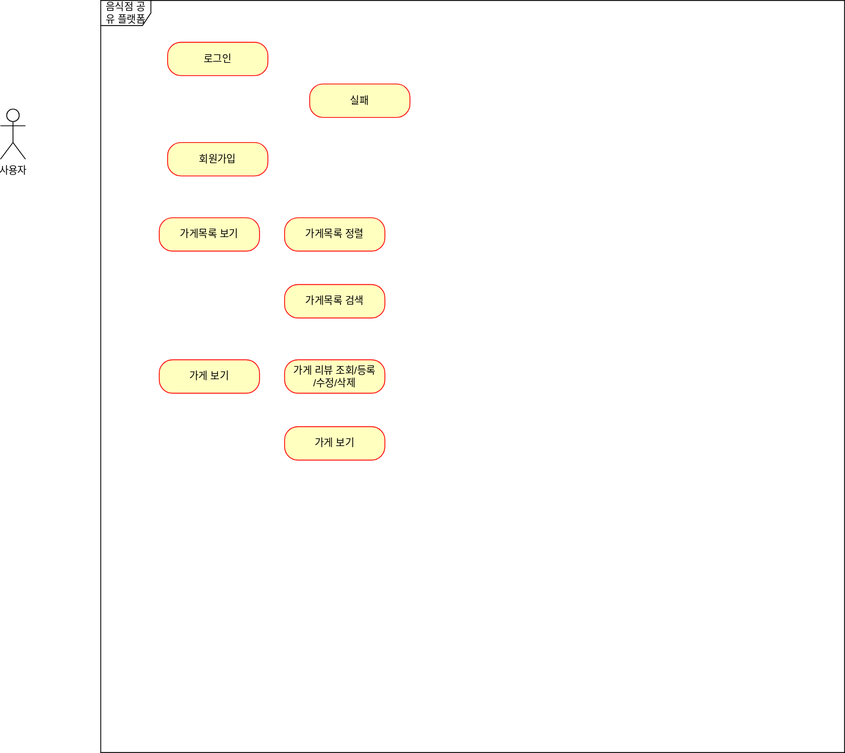
The draw.io diagram document/usecase.svg in gunsight1/boot-up1-samsik, before a commit. Source tidied: cells renumbered, new cells last; positions are measured from the earlier drawing's top-left corner, leaving out a move shared by most shapes. Source of this version:
```xml
<mxGraphModel>
  <root>
    <mxCell id="0" />
    <mxCell id="1" parent="0" />
    <mxCell id="2" value="사용자" style="shape=umlActor;verticalLabelPosition=bottom;verticalAlign=top;html=1;" parent="1" vertex="1">
      <mxGeometry y="130" width="30" height="60" as="geometry" />
    </mxCell>
    <mxCell id="3" value="음식점 공유 플랫폼" style="shape=umlFrame;whiteSpace=wrap;html=1;" parent="1" vertex="1">
      <mxGeometry x="120" width="890" height="900" as="geometry" />
    </mxCell>
    <mxCell id="4" value="회원가입" style="rounded=1;whiteSpace=wrap;html=1;arcSize=40;fontColor=#000000;fillColor=#ffffc0;strokeColor=#ff0000;" parent="1" vertex="1">
      <mxGeometry x="200" y="170" width="120" height="40" as="geometry" />
    </mxCell>
    <mxCell id="5" value="로그인" style="rounded=1;whiteSpace=wrap;html=1;arcSize=40;fontColor=#000000;fillColor=#ffffc0;strokeColor=#ff0000;" parent="1" vertex="1">
      <mxGeometry x="200" y="50" width="120" height="40" as="geometry" />
    </mxCell>
    <mxCell id="6" value="가게목록 보기" style="rounded=1;whiteSpace=wrap;html=1;arcSize=40;fontColor=#000000;fillColor=#ffffc0;strokeColor=#ff0000;" parent="1" vertex="1">
      <mxGeometry x="190" y="260" width="120" height="40" as="geometry" />
    </mxCell>
    <mxCell id="7" value="가게목록 정렬" style="rounded=1;whiteSpace=wrap;html=1;arcSize=40;fontColor=#000000;fillColor=#ffffc0;strokeColor=#ff0000;" parent="1" vertex="1">
      <mxGeometry x="340" y="260" width="120" height="40" as="geometry" />
    </mxCell>
    <mxCell id="8" value="가게목록 검색" style="rounded=1;whiteSpace=wrap;html=1;arcSize=40;fontColor=#000000;fillColor=#ffffc0;strokeColor=#ff0000;" parent="1" vertex="1">
      <mxGeometry x="340" y="340" width="120" height="40" as="geometry" />
    </mxCell>
    <mxCell id="9" value="가게 보기" style="rounded=1;whiteSpace=wrap;html=1;arcSize=40;fontColor=#000000;fillColor=#ffffc0;strokeColor=#ff0000;" parent="1" vertex="1">
      <mxGeometry x="190" y="430" width="120" height="40" as="geometry" />
    </mxCell>
    <mxCell id="10" value="가게 리뷰 조회/등록&lt;br&gt;/수정/삭제" style="rounded=1;whiteSpace=wrap;html=1;arcSize=40;fontColor=#000000;fillColor=#ffffc0;strokeColor=#ff0000;" parent="1" vertex="1">
      <mxGeometry x="340" y="430" width="120" height="40" as="geometry" />
    </mxCell>
    <mxCell id="11" value="실패" style="rounded=1;whiteSpace=wrap;html=1;arcSize=40;fontColor=#000000;fillColor=#ffffc0;strokeColor=#ff0000;" parent="1" vertex="1">
      <mxGeometry x="370" y="100" width="120" height="40" as="geometry" />
    </mxCell>
    <mxCell id="12" value="가게 보기" style="rounded=1;whiteSpace=wrap;html=1;arcSize=40;fontColor=#000000;fillColor=#ffffc0;strokeColor=#ff0000;" parent="1" vertex="1">
      <mxGeometry x="340" y="510" width="120" height="40" as="geometry" />
    </mxCell>
  </root>
</mxGraphModel>
```
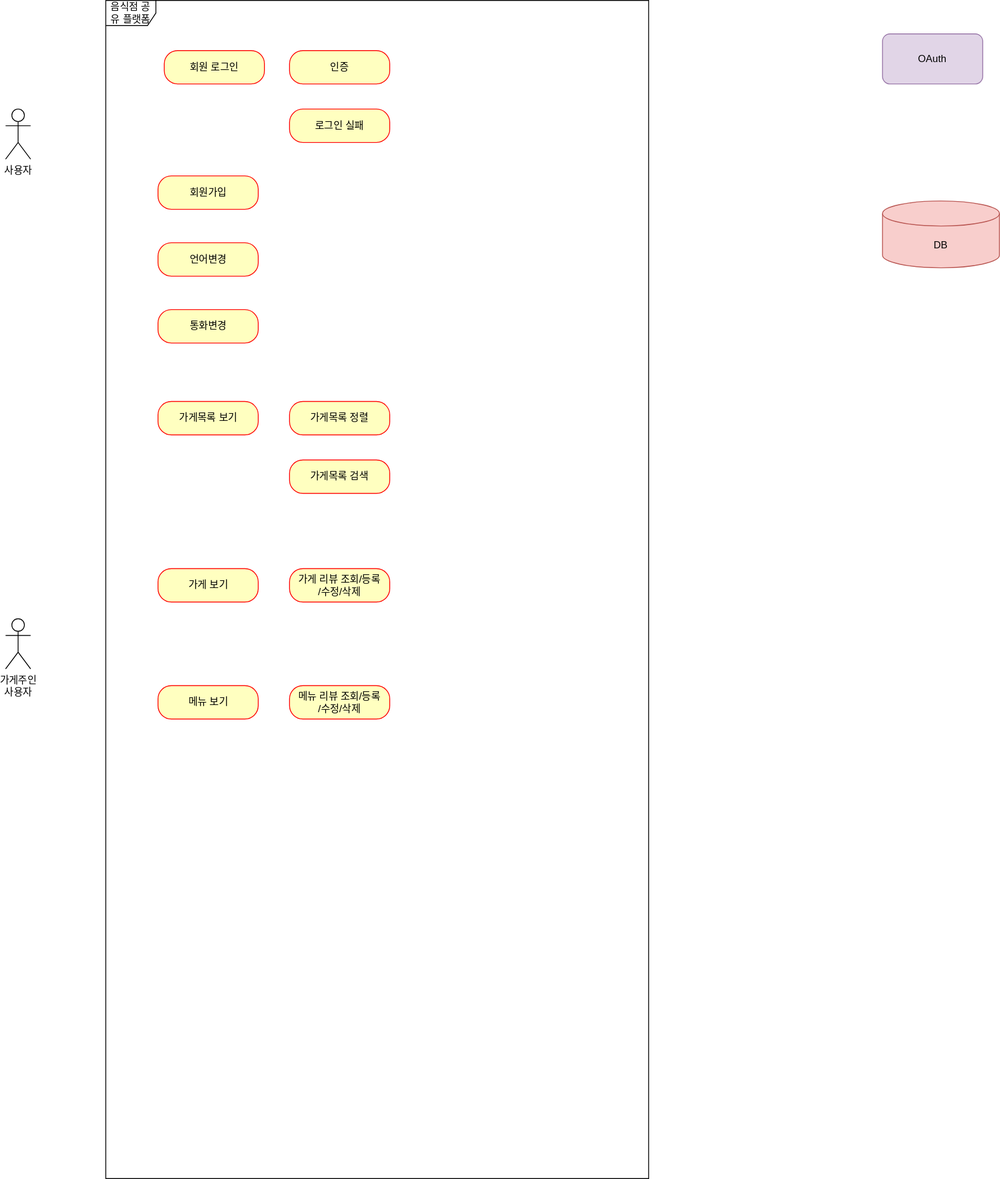
After the change.

Change to the diagram source:
```diff
@@ -6,34 +6,55 @@
       <mxGeometry y="130" width="30" height="60" as="geometry" />
     </mxCell>
     <mxCell id="3" value="음식점 공유 플랫폼" style="shape=umlFrame;whiteSpace=wrap;html=1;" parent="1" vertex="1">
-      <mxGeometry x="120" width="890" height="900" as="geometry" />
+      <mxGeometry x="120" width="650" height="1410" as="geometry" />
     </mxCell>
     <mxCell id="4" value="회원가입" style="rounded=1;whiteSpace=wrap;html=1;arcSize=40;fontColor=#000000;fillColor=#ffffc0;strokeColor=#ff0000;" parent="1" vertex="1">
-      <mxGeometry x="200" y="170" width="120" height="40" as="geometry" />
+      <mxGeometry x="182.5" y="210" width="120" height="40" as="geometry" />
     </mxCell>
-    <mxCell id="5" value="로그인" style="rounded=1;whiteSpace=wrap;html=1;arcSize=40;fontColor=#000000;fillColor=#ffffc0;strokeColor=#ff0000;" parent="1" vertex="1">
-      <mxGeometry x="200" y="50" width="120" height="40" as="geometry" />
+    <mxCell id="5" value="회원 로그인" style="rounded=1;whiteSpace=wrap;html=1;arcSize=40;fontColor=#000000;fillColor=#ffffc0;strokeColor=#ff0000;" parent="1" vertex="1">
+      <mxGeometry x="190" y="60" width="120" height="40" as="geometry" />
     </mxCell>
     <mxCell id="6" value="가게목록 보기" style="rounded=1;whiteSpace=wrap;html=1;arcSize=40;fontColor=#000000;fillColor=#ffffc0;strokeColor=#ff0000;" parent="1" vertex="1">
-      <mxGeometry x="190" y="260" width="120" height="40" as="geometry" />
+      <mxGeometry x="182.5" y="480" width="120" height="40" as="geometry" />
     </mxCell>
     <mxCell id="7" value="가게목록 정렬" style="rounded=1;whiteSpace=wrap;html=1;arcSize=40;fontColor=#000000;fillColor=#ffffc0;strokeColor=#ff0000;" parent="1" vertex="1">
-      <mxGeometry x="340" y="260" width="120" height="40" as="geometry" />
+      <mxGeometry x="340" y="480" width="120" height="40" as="geometry" />
     </mxCell>
     <mxCell id="8" value="가게목록 검색" style="rounded=1;whiteSpace=wrap;html=1;arcSize=40;fontColor=#000000;fillColor=#ffffc0;strokeColor=#ff0000;" parent="1" vertex="1">
-      <mxGeometry x="340" y="340" width="120" height="40" as="geometry" />
+      <mxGeometry x="340" y="550" width="120" height="40" as="geometry" />
     </mxCell>
     <mxCell id="9" value="가게 보기" style="rounded=1;whiteSpace=wrap;html=1;arcSize=40;fontColor=#000000;fillColor=#ffffc0;strokeColor=#ff0000;" parent="1" vertex="1">
-      <mxGeometry x="190" y="430" width="120" height="40" as="geometry" />
+      <mxGeometry x="182.5" y="680" width="120" height="40" as="geometry" />
     </mxCell>
     <mxCell id="10" value="가게 리뷰 조회/등록&lt;br&gt;/수정/삭제" style="rounded=1;whiteSpace=wrap;html=1;arcSize=40;fontColor=#000000;fillColor=#ffffc0;strokeColor=#ff0000;" parent="1" vertex="1">
-      <mxGeometry x="340" y="430" width="120" height="40" as="geometry" />
+      <mxGeometry x="340" y="680" width="120" height="40" as="geometry" />
     </mxCell>
-    <mxCell id="11" value="실패" style="rounded=1;whiteSpace=wrap;html=1;arcSize=40;fontColor=#000000;fillColor=#ffffc0;strokeColor=#ff0000;" parent="1" vertex="1">
-      <mxGeometry x="370" y="100" width="120" height="40" as="geometry" />
+    <mxCell id="11" value="로그인 실패" style="rounded=1;whiteSpace=wrap;html=1;arcSize=40;fontColor=#000000;fillColor=#ffffc0;strokeColor=#ff0000;" parent="1" vertex="1">
+      <mxGeometry x="340" y="130" width="120" height="40" as="geometry" />
     </mxCell>
-    <mxCell id="12" value="가게 보기" style="rounded=1;whiteSpace=wrap;html=1;arcSize=40;fontColor=#000000;fillColor=#ffffc0;strokeColor=#ff0000;" parent="1" vertex="1">
-      <mxGeometry x="340" y="510" width="120" height="40" as="geometry" />
+    <mxCell id="12" value="메뉴 보기" style="rounded=1;whiteSpace=wrap;html=1;arcSize=40;fontColor=#000000;fillColor=#ffffc0;strokeColor=#ff0000;" parent="1" vertex="1">
+      <mxGeometry x="182.5" y="820" width="120" height="40" as="geometry" />
     </mxCell>
+    <mxCell id="13" value="메뉴 리뷰 조회/등록&lt;br&gt;/수정/삭제" style="rounded=1;whiteSpace=wrap;html=1;arcSize=40;fontColor=#000000;fillColor=#ffffc0;strokeColor=#ff0000;" parent="1" vertex="1">
+      <mxGeometry x="340" y="820" width="120" height="40" as="geometry" />
+    </mxCell>
+    <mxCell id="14" value="인증" style="rounded=1;whiteSpace=wrap;html=1;arcSize=40;fontColor=#000000;fillColor=#ffffc0;strokeColor=#ff0000;" parent="1" vertex="1">
+      <mxGeometry x="340" y="60" width="120" height="40" as="geometry" />
+    </mxCell>
+    <mxCell id="15" value="DB" style="shape=cylinder3;whiteSpace=wrap;html=1;boundedLbl=1;backgroundOutline=1;size=15;fillColor=#f8cecc;strokeColor=#b85450;" parent="1" vertex="1">
+      <mxGeometry x="1050" y="240" width="140" height="80" as="geometry" />
+    </mxCell>
+    <mxCell id="16" value="OAuth" style="rounded=1;whiteSpace=wrap;html=1;fillColor=#e1d5e7;strokeColor=#9673a6;" parent="1" vertex="1">
+      <mxGeometry x="1050" y="40" width="120" height="60" as="geometry" />
+    </mxCell>
+    <mxCell id="17" value="언어변경" style="rounded=1;whiteSpace=wrap;html=1;arcSize=40;fontColor=#000000;fillColor=#ffffc0;strokeColor=#ff0000;" parent="1" vertex="1">
+      <mxGeometry x="182.5" y="290" width="120" height="40" as="geometry" />
+    </mxCell>
+    <mxCell id="18" value="통화변경" style="rounded=1;whiteSpace=wrap;html=1;arcSize=40;fontColor=#000000;fillColor=#ffffc0;strokeColor=#ff0000;" parent="1" vertex="1">
+      <mxGeometry x="182.5" y="370" width="120" height="40" as="geometry" />
+    </mxCell>
+    <mxCell id="19" value="가게주인&lt;br&gt;사용자" style="shape=umlActor;verticalLabelPosition=bottom;verticalAlign=top;html=1;" parent="1" vertex="1">
+      <mxGeometry y="740" width="30" height="60" as="geometry" />
+    </mxCell>
   </root>
 </mxGraphModel>
```
